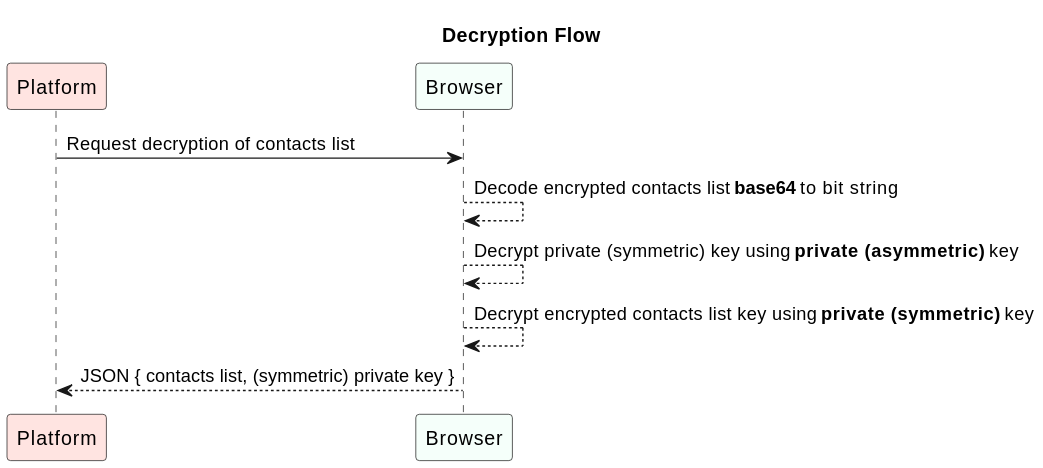
Before: src/domain/decryption-flow.svg, a diagram exported from PlantUML (paginas-secretas/docs).
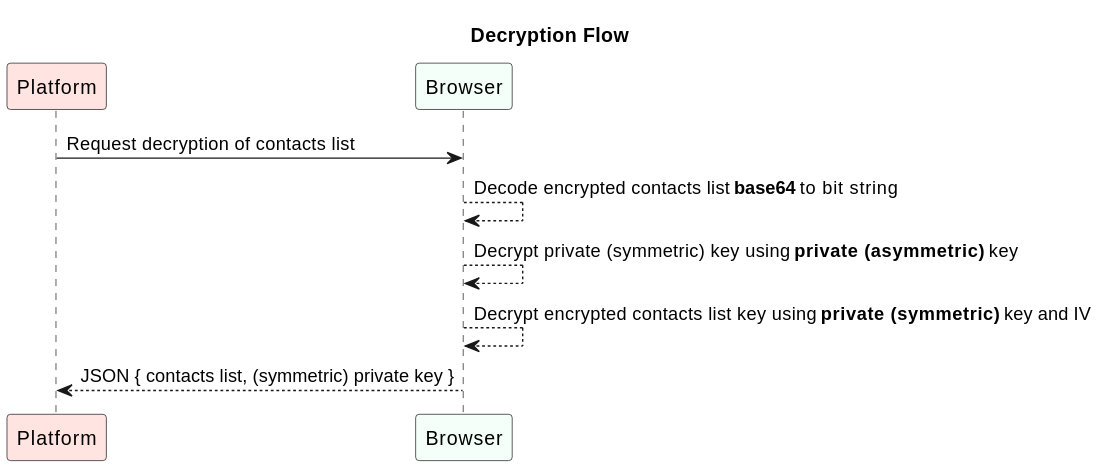
After the change.

Diff of the diagram source:
```diff
@@ -1,5 +1,4 @@
-@startuml decryption-flow
-
+@startuml
 title "Decryption Flow"
 
 participant "Platform" as PL #MistyRose
@@ -9,8 +8,7 @@
 
 Browser --> Browser: Decode encrypted contacts list **base64** to bit string
 Browser --> Browser: Decrypt private (symmetric) key using **private (asymmetric)** key
-Browser --> Browser: Decrypt encrypted contacts list key using **private (symmetric)** key
+Browser --> Browser: Decrypt encrypted contacts list key using **private (symmetric)** key and IV
 
 Browser --> PL: JSON { contacts list, (symmetric) private key }
-
 @enduml
```
